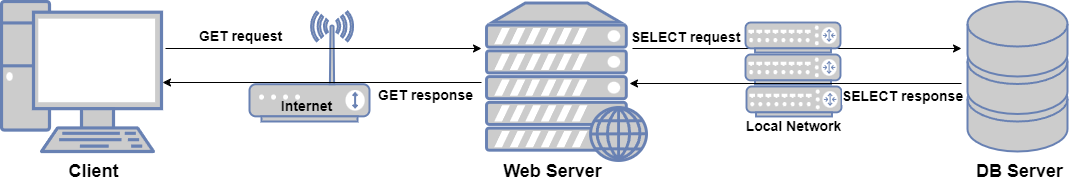
Earlier version of the draw.io export PROJECT 6/Images/client-server-database_image.png (DevOpsDolapo/DevOps_Projects). Source tidied: cells renumbered, new cells last; positions are measured from the earlier drawing's top-left corner, leaving out a move shared by most shapes. Source of this version:
```xml
<mxGraphModel>
  <root>
    <mxCell id="0" />
    <mxCell id="1" parent="0" />
    <mxCell id="2" style="fontColor=#0066CC;verticalAlign=top;verticalLabelPosition=bottom;labelPosition=center;align=center;html=1;fillColor=#CCCCCC;strokeColor=#6881B3;gradientColor=none;gradientDirection=north;strokeWidth=2;shape=mxgraph.networks.wireless_modem;" parent="1" vertex="1">
      <mxGeometry x="248" y="10" width="120" height="110" as="geometry" />
    </mxCell>
    <mxCell id="3" style="fontColor=#0066CC;verticalAlign=top;verticalLabelPosition=bottom;labelPosition=center;align=center;html=1;fillColor=#CCCCCC;strokeColor=#6881B3;gradientColor=none;gradientDirection=north;strokeWidth=2;shape=mxgraph.networks.pc;" parent="1" vertex="1">
      <mxGeometry width="160" height="150" as="geometry" />
    </mxCell>
    <mxCell id="4" value="&lt;font style=&quot;font-size: 18px;&quot;&gt;&lt;b&gt;Client&lt;/b&gt;&lt;/font&gt;" style="text;html=1;align=center;verticalAlign=middle;strokeColor=none;fillColor=none;" parent="1" vertex="1">
      <mxGeometry x="57" y="150" width="70" height="40" as="geometry" />
    </mxCell>
    <mxCell id="5" style="endArrow=classic;html=1;rounded=0;" parent="1" edge="1">
      <mxGeometry relative="1" as="geometry">
        <mxPoint x="164" y="47" as="sourcePoint" />
        <mxPoint x="480" y="47" as="targetPoint" />
      </mxGeometry>
    </mxCell>
    <mxCell id="6" value="&lt;font style=&quot;font-size: 14px;&quot;&gt;&lt;b&gt;GET request&lt;/b&gt;&lt;/font&gt;" style="edgeLabel;html=1;align=center;verticalAlign=middle;" parent="5" vertex="1">
      <mxGeometry x="-0.03" y="-3" relative="1" as="geometry">
        <mxPoint x="-79" y="-16" as="offset" />
      </mxGeometry>
    </mxCell>
    <mxCell id="7" style="fontColor=#0066CC;verticalAlign=top;verticalLabelPosition=bottom;labelPosition=center;align=center;html=1;fillColor=#CCCCCC;strokeColor=#6881B3;gradientColor=none;gradientDirection=north;strokeWidth=2;shape=mxgraph.networks.web_server;" parent="1" vertex="1">
      <mxGeometry x="485" y="1.5" width="160" height="157.5" as="geometry" />
    </mxCell>
    <mxCell id="8" value="&lt;font style=&quot;font-size: 18px;&quot;&gt;&lt;b&gt;Web Server&lt;/b&gt;&lt;/font&gt;" style="text;html=1;align=center;verticalAlign=middle;strokeColor=none;fillColor=none;" parent="1" vertex="1">
      <mxGeometry x="491" y="150" width="120" height="40" as="geometry" />
    </mxCell>
    <mxCell id="9" value="&lt;font style=&quot;font-size: 14px;&quot;&gt;&lt;b&gt;Internet&lt;/b&gt;&lt;/font&gt;" style="text;html=1;align=center;verticalAlign=middle;strokeColor=none;fillColor=none;" parent="1" vertex="1">
      <mxGeometry x="270" y="90" width="70" height="30" as="geometry" />
    </mxCell>
    <mxCell id="10" style="endArrow=classic;html=1;rounded=0;" parent="1" edge="1">
      <mxGeometry relative="1" as="geometry">
        <mxPoint x="480" y="81" as="sourcePoint" />
        <mxPoint x="161" y="81" as="targetPoint" />
      </mxGeometry>
    </mxCell>
    <mxCell id="11" value="&lt;font style=&quot;font-size: 14px;&quot;&gt;&lt;b&gt;GET response&lt;/b&gt;&lt;/font&gt;" style="edgeLabel;html=1;align=center;verticalAlign=middle;" parent="10" vertex="1">
      <mxGeometry x="-0.03" y="-3" relative="1" as="geometry">
        <mxPoint x="98" y="15" as="offset" />
      </mxGeometry>
    </mxCell>
    <mxCell id="12" style="fontColor=#0066CC;verticalAlign=top;verticalLabelPosition=bottom;labelPosition=center;align=center;html=1;fillColor=#CCCCCC;strokeColor=#6881B3;gradientColor=none;gradientDirection=north;strokeWidth=2;shape=mxgraph.networks.storage;" parent="1" vertex="1">
      <mxGeometry x="966" width="100" height="150" as="geometry" />
    </mxCell>
    <mxCell id="13" style="endArrow=classic;html=1;rounded=0;" parent="1" edge="1">
      <mxGeometry relative="1" as="geometry">
        <mxPoint x="631" y="47" as="sourcePoint" />
        <mxPoint x="960" y="47" as="targetPoint" />
      </mxGeometry>
    </mxCell>
    <mxCell id="14" value="&lt;font style=&quot;font-size: 14px;&quot;&gt;&lt;b&gt;SELECT request&lt;/b&gt;&lt;/font&gt;" style="edgeLabel;html=1;align=center;verticalAlign=middle;" parent="13" vertex="1">
      <mxGeometry x="-0.03" y="-3" relative="1" as="geometry">
        <mxPoint x="-108" y="-15" as="offset" />
      </mxGeometry>
    </mxCell>
    <mxCell id="15" style="fontColor=#0066CC;verticalAlign=top;verticalLabelPosition=bottom;labelPosition=center;align=center;html=1;fillColor=#CCCCCC;strokeColor=#6881B3;gradientColor=none;gradientDirection=north;strokeWidth=2;shape=mxgraph.networks.router;" parent="1" vertex="1">
      <mxGeometry x="744" y="21" width="95" height="30" as="geometry" />
    </mxCell>
    <mxCell id="16" style="fontColor=#0066CC;verticalAlign=top;verticalLabelPosition=bottom;labelPosition=center;align=center;html=1;fillColor=#CCCCCC;strokeColor=#6881B3;gradientColor=none;gradientDirection=north;strokeWidth=2;shape=mxgraph.networks.router;" parent="1" vertex="1">
      <mxGeometry x="744" y="53" width="95" height="30" as="geometry" />
    </mxCell>
    <mxCell id="17" style="fontColor=#0066CC;verticalAlign=top;verticalLabelPosition=bottom;labelPosition=center;align=center;html=1;fillColor=#CCCCCC;strokeColor=#6881B3;gradientColor=none;gradientDirection=north;strokeWidth=2;shape=mxgraph.networks.router;" parent="1" vertex="1">
      <mxGeometry x="745" y="85" width="95" height="30" as="geometry" />
    </mxCell>
    <mxCell id="18" value="&lt;font style=&quot;font-size: 14px;&quot;&gt;&lt;b&gt;Local Network&lt;/b&gt;&lt;/font&gt;" style="text;html=1;align=center;verticalAlign=middle;strokeColor=none;fillColor=none;" parent="1" vertex="1">
      <mxGeometry x="732" y="110" width="120" height="30" as="geometry" />
    </mxCell>
    <mxCell id="19" style="endArrow=classic;html=1;rounded=0;" parent="1" edge="1">
      <mxGeometry relative="1" as="geometry">
        <mxPoint x="960" y="82" as="sourcePoint" />
        <mxPoint x="628" y="82" as="targetPoint" />
      </mxGeometry>
    </mxCell>
    <mxCell id="20" value="&lt;font style=&quot;font-size: 14px;&quot;&gt;&lt;b&gt;SELECT response&lt;/b&gt;&lt;/font&gt;" style="edgeLabel;html=1;align=center;verticalAlign=middle;" parent="19" vertex="1">
      <mxGeometry x="-0.03" y="-3" relative="1" as="geometry">
        <mxPoint x="101" y="15" as="offset" />
      </mxGeometry>
    </mxCell>
    <mxCell id="21" value="&lt;font style=&quot;font-size: 18px;&quot;&gt;&lt;b&gt;DB Server&lt;/b&gt;&lt;/font&gt;" style="text;html=1;align=center;verticalAlign=middle;strokeColor=none;fillColor=none;" parent="1" vertex="1">
      <mxGeometry x="963" y="150" width="110" height="40" as="geometry" />
    </mxCell>
  </root>
</mxGraphModel>
```
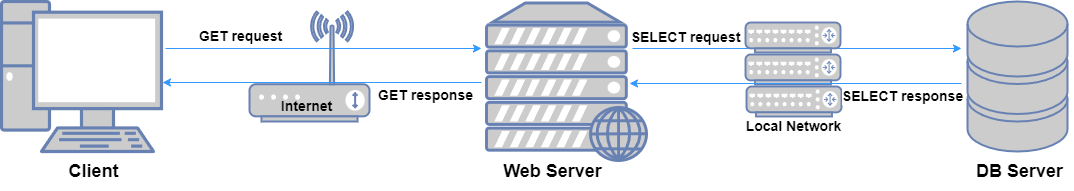
The same file after the commit.

What changed in the source:
```diff
@@ -11,7 +11,7 @@
     <mxCell id="4" value="&lt;font style=&quot;font-size: 18px;&quot;&gt;&lt;b&gt;Client&lt;/b&gt;&lt;/font&gt;" style="text;html=1;align=center;verticalAlign=middle;strokeColor=none;fillColor=none;" parent="1" vertex="1">
       <mxGeometry x="57" y="150" width="70" height="40" as="geometry" />
     </mxCell>
-    <mxCell id="5" style="endArrow=classic;html=1;rounded=0;" parent="1" edge="1">
+    <mxCell id="5" style="endArrow=classic;html=1;rounded=0;strokeColor=#3399FF;" parent="1" edge="1">
       <mxGeometry relative="1" as="geometry">
         <mxPoint x="164" y="47" as="sourcePoint" />
         <mxPoint x="480" y="47" as="targetPoint" />
@@ -31,7 +31,7 @@
     <mxCell id="9" value="&lt;font style=&quot;font-size: 14px;&quot;&gt;&lt;b&gt;Internet&lt;/b&gt;&lt;/font&gt;" style="text;html=1;align=center;verticalAlign=middle;strokeColor=none;fillColor=none;" parent="1" vertex="1">
       <mxGeometry x="270" y="90" width="70" height="30" as="geometry" />
     </mxCell>
-    <mxCell id="10" style="endArrow=classic;html=1;rounded=0;" parent="1" edge="1">
+    <mxCell id="10" style="endArrow=classic;html=1;rounded=0;strokeColor=#3399FF;" parent="1" edge="1">
       <mxGeometry relative="1" as="geometry">
         <mxPoint x="480" y="81" as="sourcePoint" />
         <mxPoint x="161" y="81" as="targetPoint" />
@@ -45,7 +45,7 @@
     <mxCell id="12" style="fontColor=#0066CC;verticalAlign=top;verticalLabelPosition=bottom;labelPosition=center;align=center;html=1;fillColor=#CCCCCC;strokeColor=#6881B3;gradientColor=none;gradientDirection=north;strokeWidth=2;shape=mxgraph.networks.storage;" parent="1" vertex="1">
       <mxGeometry x="966" width="100" height="150" as="geometry" />
     </mxCell>
-    <mxCell id="13" style="endArrow=classic;html=1;rounded=0;" parent="1" edge="1">
+    <mxCell id="13" style="endArrow=classic;html=1;rounded=0;strokeColor=#3399FF;" parent="1" edge="1">
       <mxGeometry relative="1" as="geometry">
         <mxPoint x="631" y="47" as="sourcePoint" />
         <mxPoint x="960" y="47" as="targetPoint" />
@@ -68,7 +68,7 @@
     <mxCell id="18" value="&lt;font style=&quot;font-size: 14px;&quot;&gt;&lt;b&gt;Local Network&lt;/b&gt;&lt;/font&gt;" style="text;html=1;align=center;verticalAlign=middle;strokeColor=none;fillColor=none;" parent="1" vertex="1">
       <mxGeometry x="732" y="110" width="120" height="30" as="geometry" />
     </mxCell>
-    <mxCell id="19" style="endArrow=classic;html=1;rounded=0;" parent="1" edge="1">
+    <mxCell id="19" style="endArrow=classic;html=1;rounded=0;strokeColor=#3399FF;" parent="1" edge="1">
       <mxGeometry relative="1" as="geometry">
         <mxPoint x="960" y="82" as="sourcePoint" />
         <mxPoint x="628" y="82" as="targetPoint" />
```
